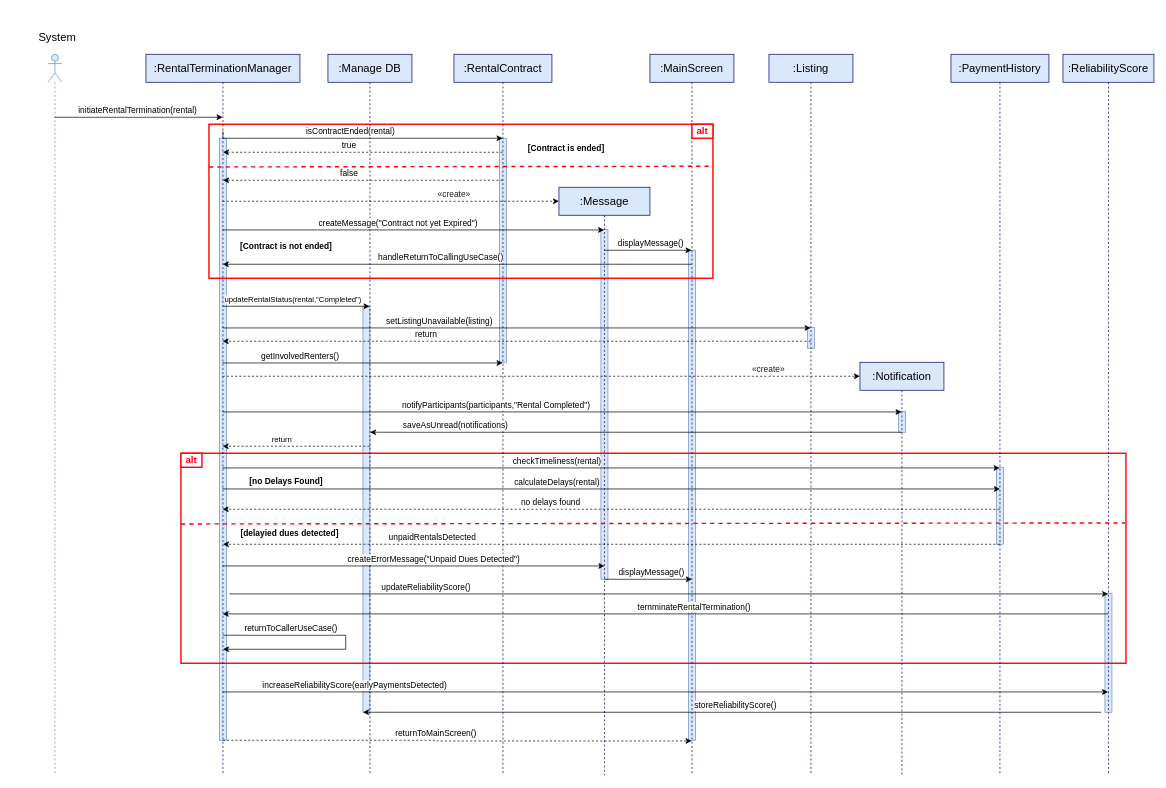
This is page "use-case-13" (13 of 15) of Παραδοτεο 3/sequences_new2.drawio from evelinastavropoulou/HomeLink, a draw.io file, before an edit. Source tidied: cells renumbered, new cells numbered last; positions are measured from the earlier drawing's top-left corner, leaving out a move shared by most shapes. Both pictures are drawn from the tidied source at 70%, with x=0, y=0 at pixel (12, 40).
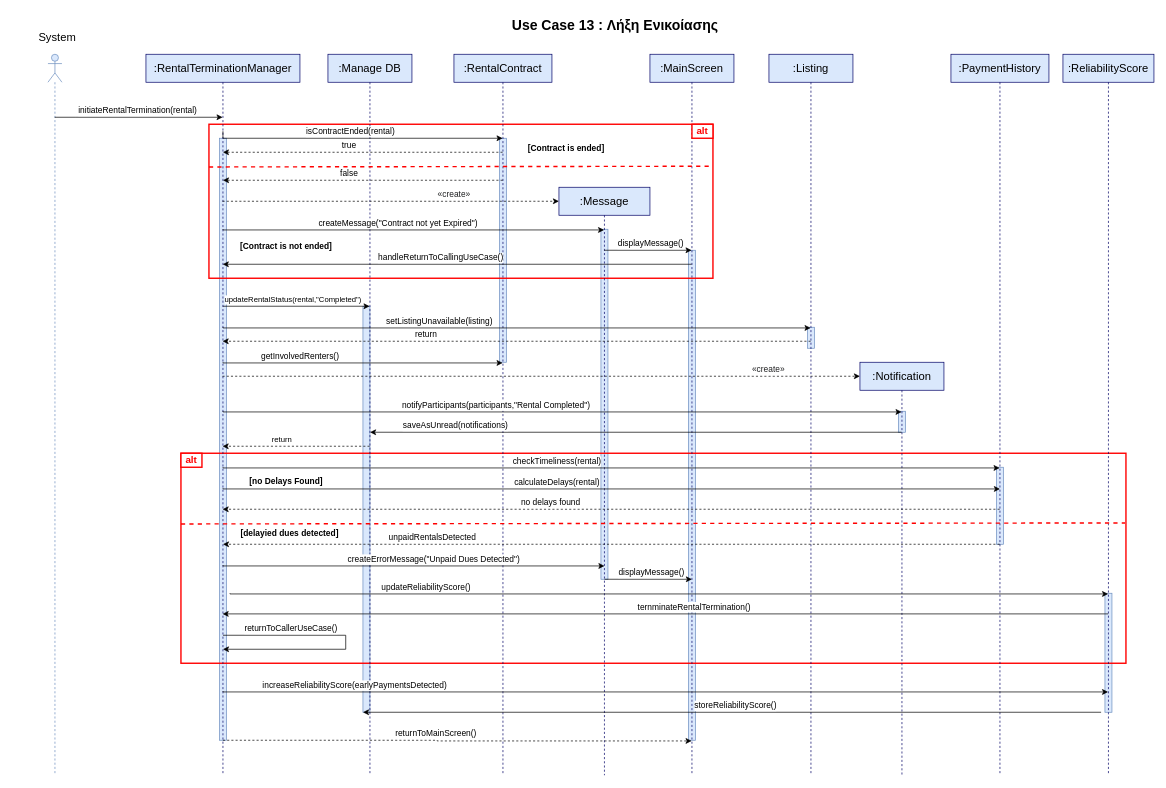
The same page after the edit.

The edit, as a diff of the source:
```diff
@@
+    <mxCell id="88" value="Use Case 13 : Λήξη Ενικοίασης" style="text;html=1;align=center;verticalAlign=middle;strokeColor=none;fillColor=none;fontSize=20;fontStyle=1;" parent="1" vertex="1">
+      <mxGeometry x="706" y="-40" width="310" height="36" as="geometry" />
+    </mxCell>
```
